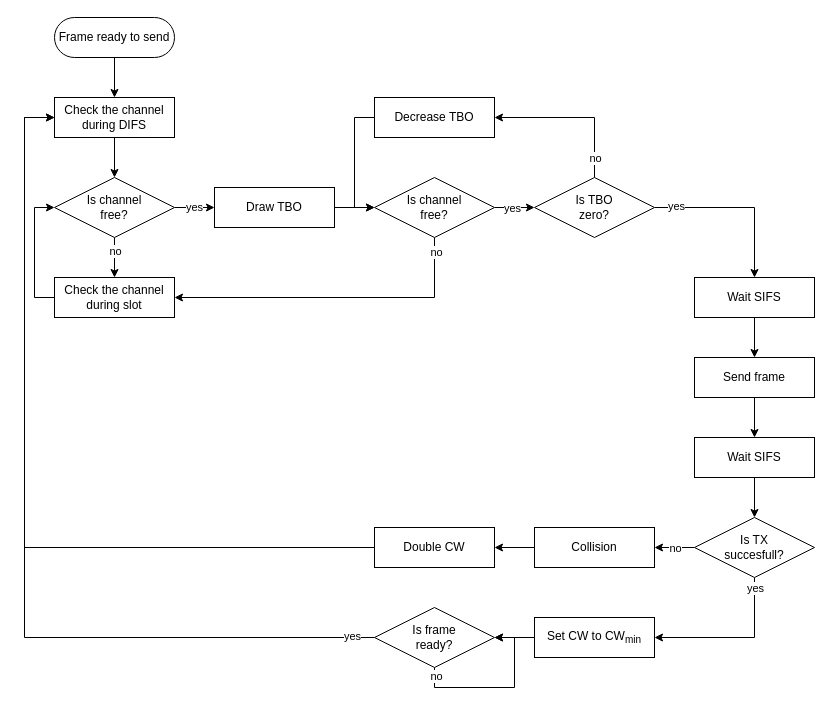
Above: docs/diagrams/DCF_simple.drawio in ml4wifi-devs/mapc-dcf (draw.io), before the change. Source tidied: cells renumbered, new cells numbered last; positions are measured from the earlier drawing's top-left corner, leaving out a move shared by most shapes. Both pictures are drawn from the tidied source at 100%, with x=0, y=0 at pixel (24, 17).
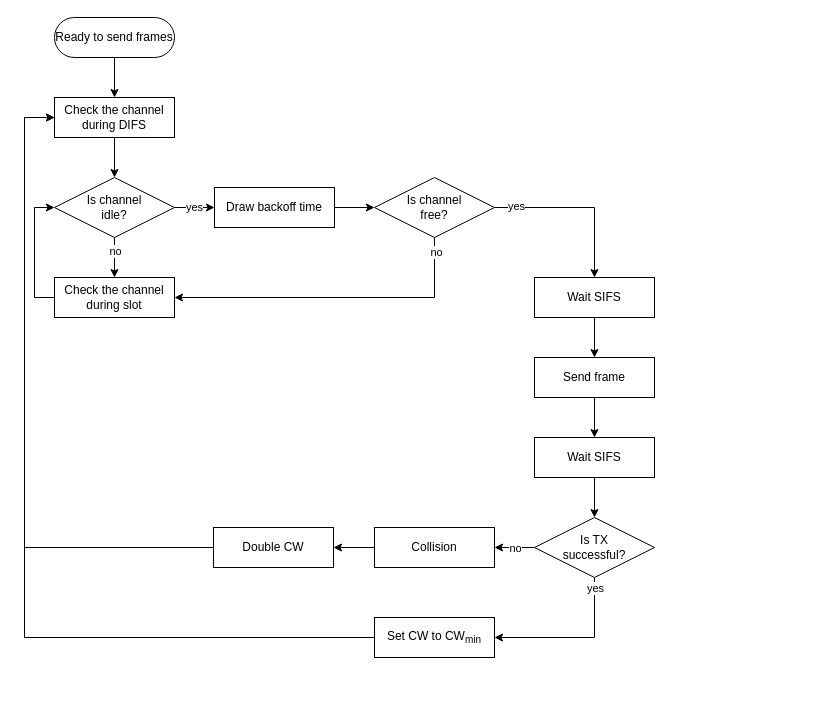
The same page after the edit.

Commit message (it also covers changes not shown here):
Even more simplified diagram, new requirements

Unchanged cells that the change refers to:
```xml
<mxCell id="5" value="Check the channel during DIFS" style="rounded=0;whiteSpace=wrap;html=1;" parent="1" vertex="1">
  <mxGeometry x="30" y="80" width="120" height="40" as="geometry" />
</mxCell>
<mxCell id="11" value="Check the channel during slot" style="rounded=0;whiteSpace=wrap;html=1;" parent="1" vertex="1">
  <mxGeometry x="30" y="260" width="120" height="40" as="geometry" />
</mxCell>
<mxCell id="18" value="Is channel&lt;div&gt;free?&lt;/div&gt;" style="rhombus;whiteSpace=wrap;html=1;" parent="1" vertex="1">
  <mxGeometry x="350" y="160" width="120" height="60" as="geometry" />
</mxCell>
```

What changed in the source:
```diff
@@
-    <mxCell id="2" style="edgeStyle=orthogonalEdgeStyle;rounded=0;jettySize=auto;html=1;exitX=0.5;exitY=1;exitDx=0;exitDy=0;entryX=0.5;entryY=0;entryDx=0;entryDy=0;" parent="1" edge="1" source="3" target="5">
+    <mxCell id="2" style="edgeStyle=orthogonalEdgeStyle;rounded=0;jettySize=auto;html=1;exitX=0.5;exitY=1;exitDx=0;exitDy=0;entryX=0.5;entryY=0;entryDx=0;entryDy=0;fillColor=#d5e8d4;strokeColor=#000000;" parent="1" edge="1" source="3" target="5">
       <mxGeometry relative="1" as="geometry" />
     </mxCell>
-    <mxCell id="3" value="Frame ready to send" style="rounded=1;whiteSpace=wrap;html=1;arcSize=50;" parent="1" vertex="1">
+    <mxCell id="3" value="Ready to send frames" style="rounded=1;whiteSpace=wrap;html=1;arcSize=50;" parent="1" vertex="1">
       <mxGeometry x="30" width="120" height="40" as="geometry" />
     </mxCell>
-    <mxCell id="4" style="edgeStyle=orthogonalEdgeStyle;rounded=0;jettySize=auto;html=1;exitX=0.5;exitY=1;exitDx=0;exitDy=0;entryX=0.5;entryY=0;entryDx=0;entryDy=0;" parent="1" edge="1" source="5" target="9">
+    <mxCell id="4" style="edgeStyle=orthogonalEdgeStyle;rounded=0;jettySize=auto;html=1;exitX=0.5;exitY=1;exitDx=0;exitDy=0;entryX=0.5;entryY=0;entryDx=0;entryDy=0;fillColor=#d5e8d4;strokeColor=#000000;" parent="1" edge="1" source="5" target="9">
       <mxGeometry relative="1" as="geometry" />
     </mxCell>
@@
-    <mxCell id="6" style="edgeStyle=orthogonalEdgeStyle;rounded=0;jettySize=auto;html=1;exitX=0.5;exitY=1;exitDx=0;exitDy=0;entryX=0.5;entryY=0;entryDx=0;entryDy=0;" parent="1" edge="1" source="9" target="11">
+    <mxCell id="6" style="edgeStyle=orthogonalEdgeStyle;rounded=0;jettySize=auto;html=1;exitX=0.5;exitY=1;exitDx=0;exitDy=0;entryX=0.5;entryY=0;entryDx=0;entryDy=0;fillColor=#d5e8d4;strokeColor=#000000;" parent="1" edge="1" source="9" target="11">
       <mxGeometry relative="1" as="geometry" />
     </mxCell>
@@
-    <mxCell id="8" value="yes" style="edgeStyle=orthogonalEdgeStyle;rounded=0;jettySize=auto;html=1;exitX=1;exitY=0.5;exitDx=0;exitDy=0;entryX=0;entryY=0.5;entryDx=0;entryDy=0;" parent="1" edge="1" source="9" target="13">
+    <mxCell id="8" value="yes" style="edgeStyle=orthogonalEdgeStyle;rounded=0;jettySize=auto;html=1;exitX=1;exitY=0.5;exitDx=0;exitDy=0;entryX=0;entryY=0.5;entryDx=0;entryDy=0;fillColor=#d5e8d4;strokeColor=#000000;" parent="1" edge="1" source="9" target="13">
       <mxGeometry relative="1" as="geometry" />
     </mxCell>
-    <mxCell id="9" value="Is channel&lt;div&gt;free?&lt;/div&gt;" style="rhombus;whiteSpace=wrap;html=1;" parent="1" vertex="1">
+    <mxCell id="9" value="Is channel&lt;div&gt;idle?&lt;/div&gt;" style="rhombus;whiteSpace=wrap;html=1;" parent="1" vertex="1">
       <mxGeometry x="30" y="160" width="120" height="60" as="geometry" />
     </mxCell>
-    <mxCell id="10" style="edgeStyle=orthogonalEdgeStyle;rounded=0;jettySize=auto;html=1;exitX=0;exitY=0.5;exitDx=0;exitDy=0;entryX=0;entryY=0.5;entryDx=0;entryDy=0;" parent="1" edge="1" source="11" target="9">
+    <mxCell id="10" style="edgeStyle=orthogonalEdgeStyle;rounded=0;jettySize=auto;html=1;exitX=0;exitY=0.5;exitDx=0;exitDy=0;entryX=0;entryY=0.5;entryDx=0;entryDy=0;fillColor=#d5e8d4;strokeColor=#000000;" parent="1" edge="1" source="11" target="9">
       <mxGeometry relative="1" as="geometry" />
     </mxCell>
@@
-    <mxCell id="12" style="edgeStyle=orthogonalEdgeStyle;rounded=0;jettySize=auto;html=1;exitX=1;exitY=0.5;exitDx=0;exitDy=0;entryX=0;entryY=0.5;entryDx=0;entryDy=0;" parent="1" edge="1" source="13" target="18">
+    <mxCell id="12" style="edgeStyle=orthogonalEdgeStyle;rounded=0;jettySize=auto;html=1;exitX=1;exitY=0.5;exitDx=0;exitDy=0;entryX=0;entryY=0.5;entryDx=0;entryDy=0;fillColor=#d5e8d4;strokeColor=#000000;" parent="1" edge="1" source="13" target="18">
       <mxGeometry relative="1" as="geometry" />
     </mxCell>
-    <mxCell id="13" value="Draw TBO" style="rounded=0;whiteSpace=wrap;html=1;" parent="1" vertex="1">
+    <mxCell id="13" value="Draw backoff time" style="rounded=0;whiteSpace=wrap;html=1;" parent="1" vertex="1">
       <mxGeometry x="190" y="170" width="120" height="40" as="geometry" />
     </mxCell>
-    <mxCell id="14" style="edgeStyle=orthogonalEdgeStyle;rounded=0;jettySize=auto;html=1;exitX=1;exitY=0.5;exitDx=0;exitDy=0;entryX=0;entryY=0.5;entryDx=0;entryDy=0;" parent="1" edge="1" source="18" target="23">
-      <mxGeometry relative="1" as="geometry" />
-    </mxCell>
-    <mxCell id="15" value="yes" style="edgeLabel;html=1;align=center;verticalAlign=middle;" parent="14" vertex="1">
-      <mxGeometry x="-0.5" relative="1" as="geometry">
-        <mxPoint x="7" as="offset" />
-      </mxGeometry>
-    </mxCell>
-    <mxCell id="16" style="edgeStyle=orthogonalEdgeStyle;rounded=0;jettySize=auto;html=1;exitX=0.5;exitY=1;exitDx=0;exitDy=0;entryX=1;entryY=0.5;entryDx=0;entryDy=0;" parent="1" edge="1" source="18" target="11">
+    <mxCell id="16" style="edgeStyle=orthogonalEdgeStyle;rounded=0;jettySize=auto;html=1;exitX=0.5;exitY=1;exitDx=0;exitDy=0;entryX=1;entryY=0.5;entryDx=0;entryDy=0;fillColor=#d5e8d4;strokeColor=#000000;" parent="1" edge="1" source="18" target="11">
       <mxGeometry relative="1" as="geometry" />
     </mxCell>
@@
-    <mxCell id="19" style="edgeStyle=orthogonalEdgeStyle;rounded=0;jettySize=auto;html=1;exitX=0.5;exitY=0;exitDx=0;exitDy=0;entryX=1;entryY=0.5;entryDx=0;entryDy=0;" parent="1" edge="1" source="23" target="25">
-      <mxGeometry relative="1" as="geometry" />
-    </mxCell>
-    <mxCell id="20" value="no" style="edgeLabel;html=1;align=center;verticalAlign=middle;" parent="19" vertex="1">
-      <mxGeometry x="-0.66" y="-1" relative="1" as="geometry">
-        <mxPoint x="-1" y="7" as="offset" />
-      </mxGeometry>
-    </mxCell>
-    <mxCell id="21" style="edgeStyle=orthogonalEdgeStyle;rounded=0;jettySize=auto;html=1;exitX=1;exitY=0.5;exitDx=0;exitDy=0;entryX=0.5;entryY=0;entryDx=0;entryDy=0;" parent="1" edge="1" source="23" target="27">
+    <mxCell id="21" style="edgeStyle=orthogonalEdgeStyle;rounded=0;jettySize=auto;html=1;exitX=1;exitY=0.5;exitDx=0;exitDy=0;entryX=0.5;entryY=0;entryDx=0;entryDy=0;fillColor=#d5e8d4;strokeColor=#000000;" parent="1" edge="1" source="18" target="27">
       <mxGeometry relative="1" as="geometry" />
     </mxCell>
@@
-    <mxCell id="23" value="Is TBO&lt;div&gt;zero?&lt;/div&gt;" style="rhombus;whiteSpace=wrap;html=1;" parent="1" vertex="1">
-      <mxGeometry x="510" y="160" width="120" height="60" as="geometry" />
-    </mxCell>
-    <mxCell id="24" style="edgeStyle=orthogonalEdgeStyle;rounded=0;jettySize=auto;html=1;exitX=0;exitY=0.5;exitDx=0;exitDy=0;entryX=0;entryY=0.5;entryDx=0;entryDy=0;" parent="1" edge="1" source="25" target="18">
-      <mxGeometry relative="1" as="geometry" />
-    </mxCell>
-    <mxCell id="25" value="Decrease TBO" style="rounded=0;whiteSpace=wrap;html=1;" parent="1" vertex="1">
-      <mxGeometry x="350" y="80" width="120" height="40" as="geometry" />
-    </mxCell>
@@
     <mxCell id="27" value="Wait SIFS" style="rounded=0;whiteSpace=wrap;html=1;" parent="1" vertex="1">
-      <mxGeometry x="670" y="260" width="120" height="40" as="geometry" />
+      <mxGeometry x="510" y="260" width="120" height="40" as="geometry" />
     </mxCell>
@@
     <mxCell id="29" value="Send frame" style="rounded=0;whiteSpace=wrap;html=1;" parent="1" vertex="1">
-      <mxGeometry x="670" y="340" width="120" height="40" as="geometry" />
+      <mxGeometry x="510" y="340" width="120" height="40" as="geometry" />
     </mxCell>
-    <mxCell id="30" style="edgeStyle=orthogonalEdgeStyle;rounded=0;jettySize=auto;html=1;exitX=0.5;exitY=1;exitDx=0;exitDy=0;entryX=0.5;entryY=0;entryDx=0;entryDy=0;" parent="1" edge="1" source="31" target="36">
+    <mxCell id="30" style="edgeStyle=orthogonalEdgeStyle;rounded=0;jettySize=auto;html=1;exitX=0.5;exitY=1;exitDx=0;exitDy=0;entryX=0.5;entryY=0;entryDx=0;entryDy=0;fillColor=#d5e8d4;strokeColor=#000000;" parent="1" edge="1" source="31" target="36">
       <mxGeometry relative="1" as="geometry" />
     </mxCell>
     <mxCell id="31" value="Wait SIFS" style="rounded=0;whiteSpace=wrap;html=1;" parent="1" vertex="1">
-      <mxGeometry x="670" y="420" width="120" height="40" as="geometry" />
+      <mxGeometry x="510" y="420" width="120" height="40" as="geometry" />
     </mxCell>
-    <mxCell id="32" style="edgeStyle=orthogonalEdgeStyle;rounded=0;jettySize=auto;html=1;exitX=0.5;exitY=1;exitDx=0;exitDy=0;entryX=1;entryY=0.5;entryDx=0;entryDy=0;" parent="1" edge="1" source="36" target="42">
+    <mxCell id="32" style="edgeStyle=orthogonalEdgeStyle;rounded=0;jettySize=auto;html=1;exitX=0.5;exitY=1;exitDx=0;exitDy=0;entryX=1;entryY=0.5;entryDx=0;entryDy=0;fillColor=#d5e8d4;strokeColor=#000000;" parent="1" edge="1" source="36" target="42">
       <mxGeometry relative="1" as="geometry" />
     </mxCell>
@@
-    <mxCell id="34" style="edgeStyle=orthogonalEdgeStyle;rounded=0;jettySize=auto;html=1;exitX=0;exitY=0.5;exitDx=0;exitDy=0;entryX=1;entryY=0.5;entryDx=0;entryDy=0;" parent="1" edge="1" source="36" target="38">
+    <mxCell id="34" style="edgeStyle=orthogonalEdgeStyle;rounded=0;jettySize=auto;html=1;exitX=0;exitY=0.5;exitDx=0;exitDy=0;entryX=1;entryY=0.5;entryDx=0;entryDy=0;fillColor=#d5e8d4;strokeColor=#000000;" parent="1" edge="1" source="36" target="38">
       <mxGeometry relative="1" as="geometry" />
     </mxCell>
@@
-    <mxCell id="36" value="Is TX&lt;div&gt;succesfull?&lt;/div&gt;" style="rhombus;whiteSpace=wrap;html=1;" parent="1" vertex="1">
-      <mxGeometry x="670" y="500" width="120" height="60" as="geometry" />
+    <mxCell id="36" value="Is TX&lt;div&gt;successful?&lt;/div&gt;" style="rhombus;whiteSpace=wrap;html=1;" parent="1" vertex="1">
+      <mxGeometry x="510" y="500" width="120" height="60" as="geometry" />
     </mxCell>
-    <mxCell id="37" style="edgeStyle=orthogonalEdgeStyle;rounded=0;jettySize=auto;html=1;exitX=0;exitY=0.5;exitDx=0;exitDy=0;entryX=1;entryY=0.5;entryDx=0;entryDy=0;" parent="1" edge="1" source="38" target="40">
+    <mxCell id="37" style="edgeStyle=orthogonalEdgeStyle;rounded=0;jettySize=auto;html=1;exitX=0;exitY=0.5;exitDx=0;exitDy=0;entryX=1;entryY=0.5;entryDx=0;entryDy=0;fillColor=#d5e8d4;strokeColor=#000000;" parent="1" edge="1" source="38" target="40">
       <mxGeometry relative="1" as="geometry" />
     </mxCell>
     <mxCell id="38" value="Collision" style="rounded=0;whiteSpace=wrap;html=1;" parent="1" vertex="1">
-      <mxGeometry x="510" y="510" width="120" height="40" as="geometry" />
+      <mxGeometry x="350" y="510" width="120" height="40" as="geometry" />
     </mxCell>
-    <mxCell id="39" style="edgeStyle=orthogonalEdgeStyle;rounded=0;jettySize=auto;html=1;exitX=0;exitY=0.5;exitDx=0;exitDy=0;entryX=0;entryY=0.5;entryDx=0;entryDy=0;" parent="1" edge="1" source="40" target="5">
+    <mxCell id="39" style="edgeStyle=orthogonalEdgeStyle;rounded=0;jettySize=auto;html=1;exitX=0;exitY=0.5;exitDx=0;exitDy=0;entryX=0;entryY=0.5;entryDx=0;entryDy=0;fillColor=#d5e8d4;strokeColor=#000000;" parent="1" edge="1" source="40" target="5">
       <mxGeometry relative="1" as="geometry">
         <Array as="points">
           <mxPoint y="530" />
           <mxPoint y="100" />
         </Array>
       </mxGeometry>
     </mxCell>
     <mxCell id="40" value="Double CW" style="rounded=0;whiteSpace=wrap;html=1;" parent="1" vertex="1">
-      <mxGeometry x="350" y="510" width="120" height="40" as="geometry" />
+      <mxGeometry x="189" y="510" width="120" height="40" as="geometry" />
     </mxCell>
-    <mxCell id="41" style="edgeStyle=orthogonalEdgeStyle;rounded=0;jettySize=auto;html=1;exitX=0;exitY=0.5;exitDx=0;exitDy=0;entryX=1;entryY=0.5;entryDx=0;entryDy=0;" parent="1" edge="1" source="42" target="45">
-      <mxGeometry relative="1" as="geometry" />
+    <mxCell id="41" style="edgeStyle=orthogonalEdgeStyle;rounded=0;jettySize=auto;html=1;exitX=0;exitY=0.5;exitDx=0;exitDy=0;entryX=0;entryY=0.5;entryDx=0;entryDy=0;fillColor=#d5e8d4;strokeColor=#000000;" parent="1" edge="1" source="42" target="5">
+      <mxGeometry relative="1" as="geometry">
+        <Array as="points">
+          <mxPoint y="620" />
+          <mxPoint y="100" />
+        </Array>
+      </mxGeometry>
     </mxCell>
     <mxCell id="42" value="Set CW to CW&lt;sub&gt;min&lt;/sub&gt;" style="rounded=0;whiteSpace=wrap;html=1;" parent="1" vertex="1">
-      <mxGeometry x="510" y="600" width="120" height="40" as="geometry" />
+      <mxGeometry x="350" y="600" width="120" height="40" as="geometry" />
     </mxCell>
-    <mxCell id="43" style="edgeStyle=orthogonalEdgeStyle;rounded=0;jettySize=auto;html=1;exitX=0;exitY=0.5;exitDx=0;exitDy=0;entryX=0;entryY=0.5;entryDx=0;entryDy=0;" parent="1" edge="1" source="45" target="5">
-      <mxGeometry relative="1" as="geometry">
-        <Array as="points">
-          <mxPoint y="620" />
-          <mxPoint y="100" />
-        </Array>
-      </mxGeometry>
-    </mxCell>
-    <mxCell id="44" value="yes" style="edgeLabel;html=1;align=center;verticalAlign=middle;" parent="43" vertex="1">
-      <mxGeometry x="-0.95" y="-2" relative="1" as="geometry" />
-    </mxCell>
-    <mxCell id="45" value="Is frame&lt;div&gt;ready?&lt;/div&gt;" style="rhombus;whiteSpace=wrap;html=1;" parent="1" vertex="1">
-      <mxGeometry x="350" y="590" width="120" height="60" as="geometry" />
-    </mxCell>
-    <mxCell id="46" style="edgeStyle=orthogonalEdgeStyle;rounded=0;orthogonalLoop=1;jettySize=auto;html=1;exitX=0.5;exitY=1;exitDx=0;exitDy=0;entryX=1;entryY=0.5;entryDx=0;entryDy=0;" parent="1" edge="1" source="45" target="45">
-      <mxGeometry relative="1" as="geometry" />
-    </mxCell>
-    <mxCell id="47" value="no" style="edgeLabel;html=1;align=center;verticalAlign=middle;" parent="46" vertex="1">
-      <mxGeometry x="-0.91" y="1" relative="1" as="geometry" />
-    </mxCell>
```
